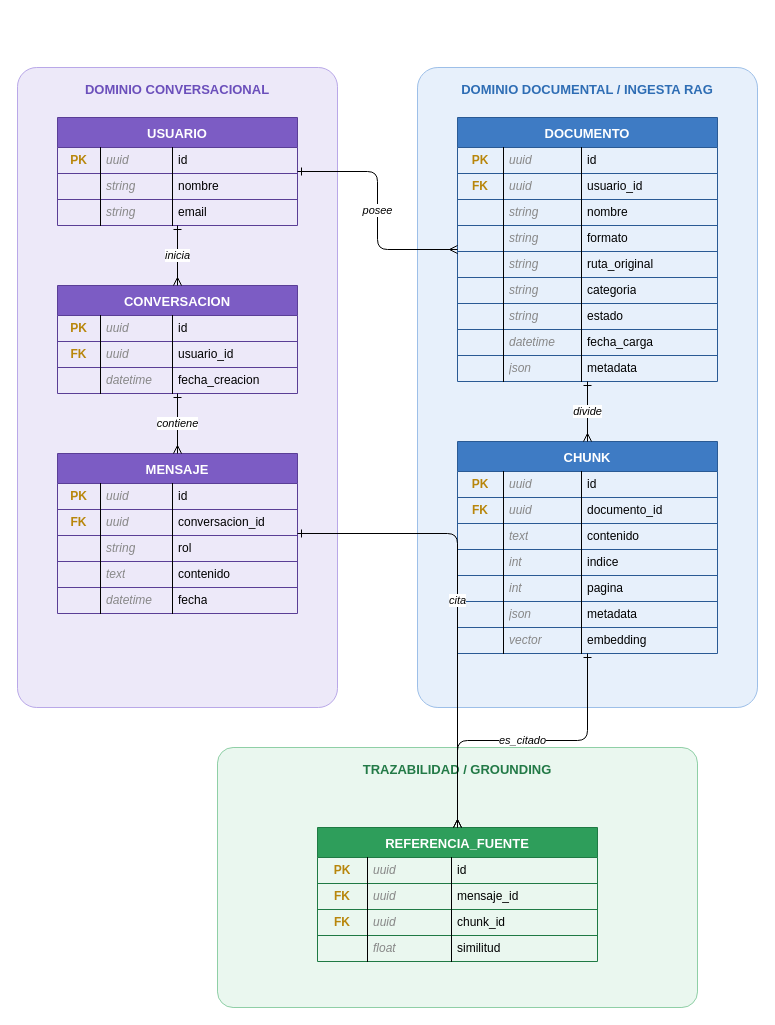
This is Docs/UML/archivos/diagrama entidad relacion.drawio from ochuxx-u/raguaco, a draw.io file, before an edit. Source tidied: cells renumbered, new cells numbered last; positions are measured from the earlier drawing's top-left corner, leaving out a move shared by most shapes. Both pictures are drawn from the tidied source at 100%, with x=0, y=0 at pixel (17, 67).
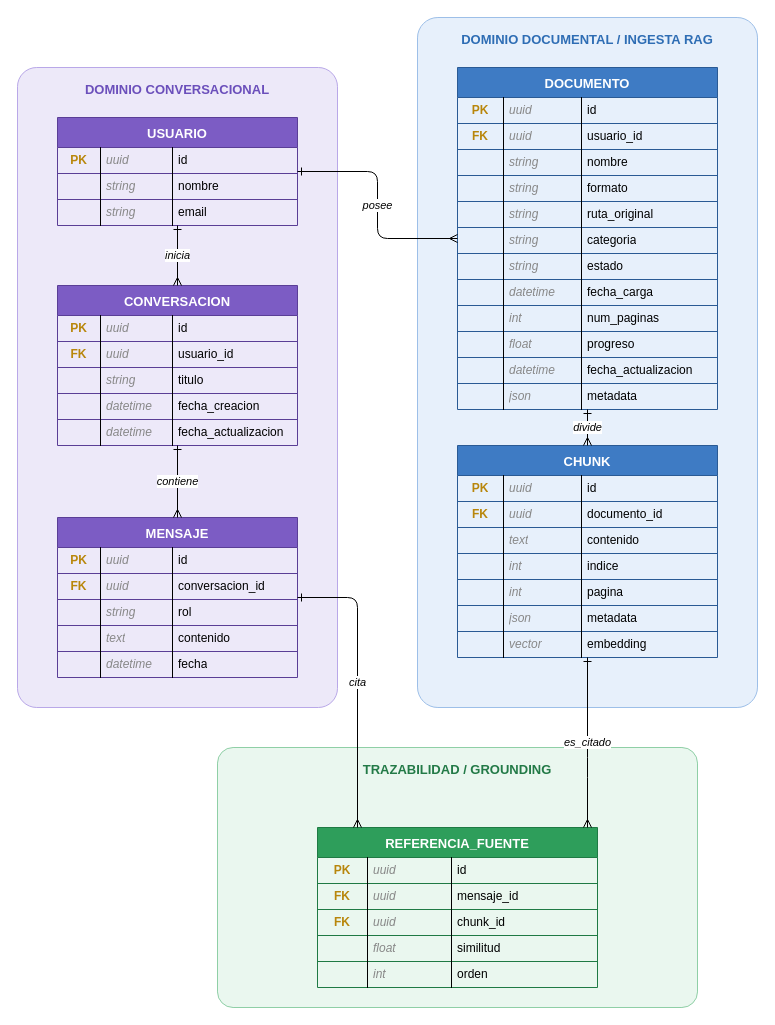
The same page after the edit.

Commit message (it also covers changes not shown here):
Upd: variables nuevas agregadas para dia entidad-relación

Change to the diagram source:
```diff
@@
     <mxCell id="3" value="DOMINIO DOCUMENTAL / INGESTA RAG" style="rounded=1;whiteSpace=wrap;html=1;fillColor=#E7F0FB;strokeColor=#9DBFE8;fontColor=#2E6DB4;fontStyle=1;fontSize=13;verticalAlign=top;align=center;spacingTop=8;arcSize=6;" parent="1" vertex="1">
-      <mxGeometry x="400" width="340" height="640" as="geometry" />
+      <mxGeometry x="400" y="-50" width="340" height="690" as="geometry" />
     </mxCell>
@@
     <mxCell id="18" value="CONVERSACION" style="shape=table;startSize=30;childLayout=tableLayout;fillColor=#7C5CC4;strokeColor=#5A3E96;fontColor=#ffffff;fontStyle=1;fontSize=13;" parent="1" vertex="1">
-      <mxGeometry x="40" y="218" width="240" height="108" as="geometry" />
+      <mxGeometry x="40" y="218" width="240" height="160" as="geometry" />
     </mxCell>
@@
+    <mxCell id="141" style="shape=tableRow;horizontal=0;startSize=0;swimlaneHead=0;swimlaneBody=0;fillColor=none;top=0;left=0;bottom=0;right=0;" parent="18" vertex="1">
+      <mxGeometry y="82" width="240" height="26" as="geometry" />
+    </mxCell>
+    <mxCell id="142" style="shape=partialRectangle;html=1;whiteSpace=wrap;fillColor=none;top=0;left=0;bottom=0;right=0;overflow=hidden;fontStyle=1;fontColor=#B8860B;align=center;" parent="141" vertex="1">
+      <mxGeometry width="43" height="26" as="geometry" />
+    </mxCell>
+    <mxCell id="143" value="string" style="shape=partialRectangle;html=1;whiteSpace=wrap;fillColor=none;top=0;left=0;bottom=0;right=0;overflow=hidden;left=1;fontColor=#888888;fontStyle=2;align=left;spacingLeft=4;" parent="141" vertex="1">
+      <mxGeometry x="43" width="72" height="26" as="geometry" />
+    </mxCell>
+    <mxCell id="144" value="titulo" style="shape=partialRectangle;html=1;whiteSpace=wrap;fillColor=none;top=0;left=0;bottom=0;right=0;overflow=hidden;left=1;align=left;spacingLeft=4;" parent="141" vertex="1">
+      <mxGeometry x="115" width="125" height="26" as="geometry" />
+    </mxCell>
     <mxCell id="27" style="shape=tableRow;horizontal=0;startSize=0;swimlaneHead=0;swimlaneBody=0;fillColor=none;top=0;left=0;bottom=0;right=0;" parent="18" vertex="1">
-      <mxGeometry y="82" width="240" height="26" as="geometry" />
+      <mxGeometry y="108" width="240" height="26" as="geometry" />
     </mxCell>
@@
+    <mxCell id="145" style="shape=tableRow;horizontal=0;startSize=0;swimlaneHead=0;swimlaneBody=0;fillColor=none;top=0;left=0;bottom=0;right=0;" parent="18" vertex="1">
+      <mxGeometry y="134" width="240" height="26" as="geometry" />
+    </mxCell>
+    <mxCell id="146" style="shape=partialRectangle;html=1;whiteSpace=wrap;fillColor=none;top=0;left=0;bottom=0;right=0;overflow=hidden;fontStyle=1;fontColor=#B8860B;align=center;" parent="145" vertex="1">
+      <mxGeometry width="43" height="26" as="geometry" />
+    </mxCell>
+    <mxCell id="147" value="datetime" style="shape=partialRectangle;html=1;whiteSpace=wrap;fillColor=none;top=0;left=0;bottom=0;right=0;overflow=hidden;left=1;fontColor=#888888;fontStyle=2;align=left;spacingLeft=4;" parent="145" vertex="1">
+      <mxGeometry x="43" width="72" height="26" as="geometry" />
+    </mxCell>
+    <mxCell id="148" value="fecha_actualizacion" style="shape=partialRectangle;html=1;whiteSpace=wrap;fillColor=none;top=0;left=0;bottom=0;right=0;overflow=hidden;left=1;align=left;spacingLeft=4;" parent="145" vertex="1">
+      <mxGeometry x="115" width="125" height="26" as="geometry" />
+    </mxCell>
     <mxCell id="31" value="MENSAJE" style="shape=table;startSize=30;childLayout=tableLayout;fillColor=#7C5CC4;strokeColor=#5A3E96;fontColor=#ffffff;fontStyle=1;fontSize=13;" parent="1" vertex="1">
-      <mxGeometry x="40" y="386" width="240" height="160" as="geometry" />
+      <mxGeometry x="40" y="450" width="240" height="160" as="geometry" />
     </mxCell>
@@
     <mxCell id="52" value="DOCUMENTO" style="shape=table;startSize=30;childLayout=tableLayout;fillColor=#3E7BC4;strokeColor=#2A5A94;fontColor=#ffffff;fontStyle=1;fontSize=13;" parent="1" vertex="1">
-      <mxGeometry x="440" y="50" width="260" height="264" as="geometry" />
+      <mxGeometry x="440" width="260" height="342" as="geometry" />
     </mxCell>
@@
+    <mxCell id="149" style="shape=tableRow;horizontal=0;startSize=0;swimlaneHead=0;swimlaneBody=0;fillColor=none;top=0;left=0;bottom=0;right=0;" parent="52" vertex="1">
+      <mxGeometry y="238" width="260" height="26" as="geometry" />
+    </mxCell>
+    <mxCell id="150" style="shape=partialRectangle;html=1;whiteSpace=wrap;fillColor=none;top=0;left=0;bottom=0;right=0;overflow=hidden;fontStyle=1;fontColor=#B8860B;align=center;" parent="149" vertex="1">
+      <mxGeometry width="46" height="26" as="geometry" />
+    </mxCell>
+    <mxCell id="151" value="int" style="shape=partialRectangle;html=1;whiteSpace=wrap;fillColor=none;top=0;left=0;bottom=0;right=0;overflow=hidden;left=1;fontColor=#888888;fontStyle=2;align=left;spacingLeft=4;" parent="149" vertex="1">
+      <mxGeometry x="46" width="78" height="26" as="geometry" />
+    </mxCell>
+    <mxCell id="152" value="num_paginas" style="shape=partialRectangle;html=1;whiteSpace=wrap;fillColor=none;top=0;left=0;bottom=0;right=0;overflow=hidden;left=1;align=left;spacingLeft=4;" parent="149" vertex="1">
+      <mxGeometry x="124" width="136" height="26" as="geometry" />
+    </mxCell>
+    <mxCell id="153" style="shape=tableRow;horizontal=0;startSize=0;swimlaneHead=0;swimlaneBody=0;fillColor=none;top=0;left=0;bottom=0;right=0;" parent="52" vertex="1">
+      <mxGeometry y="264" width="260" height="26" as="geometry" />
+    </mxCell>
+    <mxCell id="154" style="shape=partialRectangle;html=1;whiteSpace=wrap;fillColor=none;top=0;left=0;bottom=0;right=0;overflow=hidden;fontStyle=1;fontColor=#B8860B;align=center;" parent="153" vertex="1">
+      <mxGeometry width="46" height="26" as="geometry" />
+    </mxCell>
+    <mxCell id="155" value="float" style="shape=partialRectangle;html=1;whiteSpace=wrap;fillColor=none;top=0;left=0;bottom=0;right=0;overflow=hidden;left=1;fontColor=#888888;fontStyle=2;align=left;spacingLeft=4;" parent="153" vertex="1">
+      <mxGeometry x="46" width="78" height="26" as="geometry" />
+    </mxCell>
+    <mxCell id="156" value="progreso" style="shape=partialRectangle;html=1;whiteSpace=wrap;fillColor=none;top=0;left=0;bottom=0;right=0;overflow=hidden;left=1;align=left;spacingLeft=4;" parent="153" vertex="1">
+      <mxGeometry x="124" width="136" height="26" as="geometry" />
+    </mxCell>
+    <mxCell id="157" style="shape=tableRow;horizontal=0;startSize=0;swimlaneHead=0;swimlaneBody=0;fillColor=none;top=0;left=0;bottom=0;right=0;" parent="52" vertex="1">
+      <mxGeometry y="290" width="260" height="26" as="geometry" />
+    </mxCell>
+    <mxCell id="158" style="shape=partialRectangle;html=1;whiteSpace=wrap;fillColor=none;top=0;left=0;bottom=0;right=0;overflow=hidden;fontStyle=1;fontColor=#B8860B;align=center;" parent="157" vertex="1">
+      <mxGeometry width="46" height="26" as="geometry" />
+    </mxCell>
+    <mxCell id="159" value="datetime" style="shape=partialRectangle;html=1;whiteSpace=wrap;fillColor=none;top=0;left=0;bottom=0;right=0;overflow=hidden;left=1;fontColor=#888888;fontStyle=2;align=left;spacingLeft=4;" parent="157" vertex="1">
+      <mxGeometry x="46" width="78" height="26" as="geometry" />
+    </mxCell>
+    <mxCell id="160" value="fecha_actualizacion" style="shape=partialRectangle;html=1;whiteSpace=wrap;fillColor=none;top=0;left=0;bottom=0;right=0;overflow=hidden;left=1;align=left;spacingLeft=4;" parent="157" vertex="1">
+      <mxGeometry x="124" width="136" height="26" as="geometry" />
+    </mxCell>
     <mxCell id="85" style="shape=tableRow;horizontal=0;startSize=0;swimlaneHead=0;swimlaneBody=0;fillColor=none;top=0;left=0;bottom=0;right=0;" parent="52" vertex="1">
-      <mxGeometry y="238" width="260" height="26" as="geometry" />
+      <mxGeometry y="316" width="260" height="26" as="geometry" />
     </mxCell>
@@
     <mxCell id="89" value="CHUNK" style="shape=table;startSize=30;childLayout=tableLayout;fillColor=#3E7BC4;strokeColor=#2A5A94;fontColor=#ffffff;fontStyle=1;fontSize=13;" parent="1" vertex="1">
-      <mxGeometry x="440" y="374" width="260" height="212" as="geometry" />
+      <mxGeometry x="440" y="378" width="260" height="212" as="geometry" />
     </mxCell>
@@
     <mxCell id="118" value="REFERENCIA_FUENTE" style="shape=table;startSize=30;childLayout=tableLayout;fillColor=#2E9E5B;strokeColor=#1F7A44;fontColor=#ffffff;fontStyle=1;fontSize=13;" parent="1" vertex="1">
-      <mxGeometry x="300" y="760" width="280" height="134" as="geometry" />
+      <mxGeometry x="300" y="760" width="280" height="160" as="geometry" />
     </mxCell>
@@
+    <mxCell id="161" style="shape=tableRow;horizontal=0;startSize=0;swimlaneHead=0;swimlaneBody=0;fillColor=none;top=0;left=0;bottom=0;right=0;" parent="118" vertex="1">
+      <mxGeometry y="134" width="280" height="26" as="geometry" />
+    </mxCell>
+    <mxCell id="162" style="shape=partialRectangle;html=1;whiteSpace=wrap;fillColor=none;top=0;left=0;bottom=0;right=0;overflow=hidden;fontStyle=1;fontColor=#B8860B;align=center;" parent="161" vertex="1">
+      <mxGeometry width="50" height="26" as="geometry" />
+    </mxCell>
+    <mxCell id="163" value="int" style="shape=partialRectangle;html=1;whiteSpace=wrap;fillColor=none;top=0;left=0;bottom=0;right=0;overflow=hidden;left=1;fontColor=#888888;fontStyle=2;align=left;spacingLeft=4;" parent="161" vertex="1">
+      <mxGeometry x="50" width="84" height="26" as="geometry" />
+    </mxCell>
+    <mxCell id="164" value="orden" style="shape=partialRectangle;html=1;whiteSpace=wrap;fillColor=none;top=0;left=0;bottom=0;right=0;overflow=hidden;left=1;align=left;spacingLeft=4;" parent="161" vertex="1">
+      <mxGeometry x="134" width="146" height="26" as="geometry" />
+    </mxCell>
@@
     <mxCell id="139" value="cita" style="edgeStyle=orthogonalEdgeStyle;rounded=1;html=1;fontSize=11;fontStyle=2;startArrow=ERone;startFill=0;endArrow=ERmany;endFill=0;" parent="1" edge="1" source="31" target="118">
-      <mxGeometry relative="1" as="geometry" />
+      <mxGeometry relative="1" as="geometry">
+        <Array as="points">
+          <mxPoint x="340" y="530" />
+        </Array>
+      </mxGeometry>
     </mxCell>
     <mxCell id="140" value="es_citado" style="edgeStyle=orthogonalEdgeStyle;rounded=1;html=1;fontSize=11;fontStyle=2;startArrow=ERone;startFill=0;endArrow=ERmany;endFill=0;" parent="1" edge="1" source="89" target="118">
-      <mxGeometry relative="1" as="geometry" />
+      <mxGeometry relative="1" as="geometry">
+        <Array as="points">
+          <mxPoint x="570" y="700" />
+          <mxPoint x="570" y="700" />
+        </Array>
+      </mxGeometry>
     </mxCell>
```
